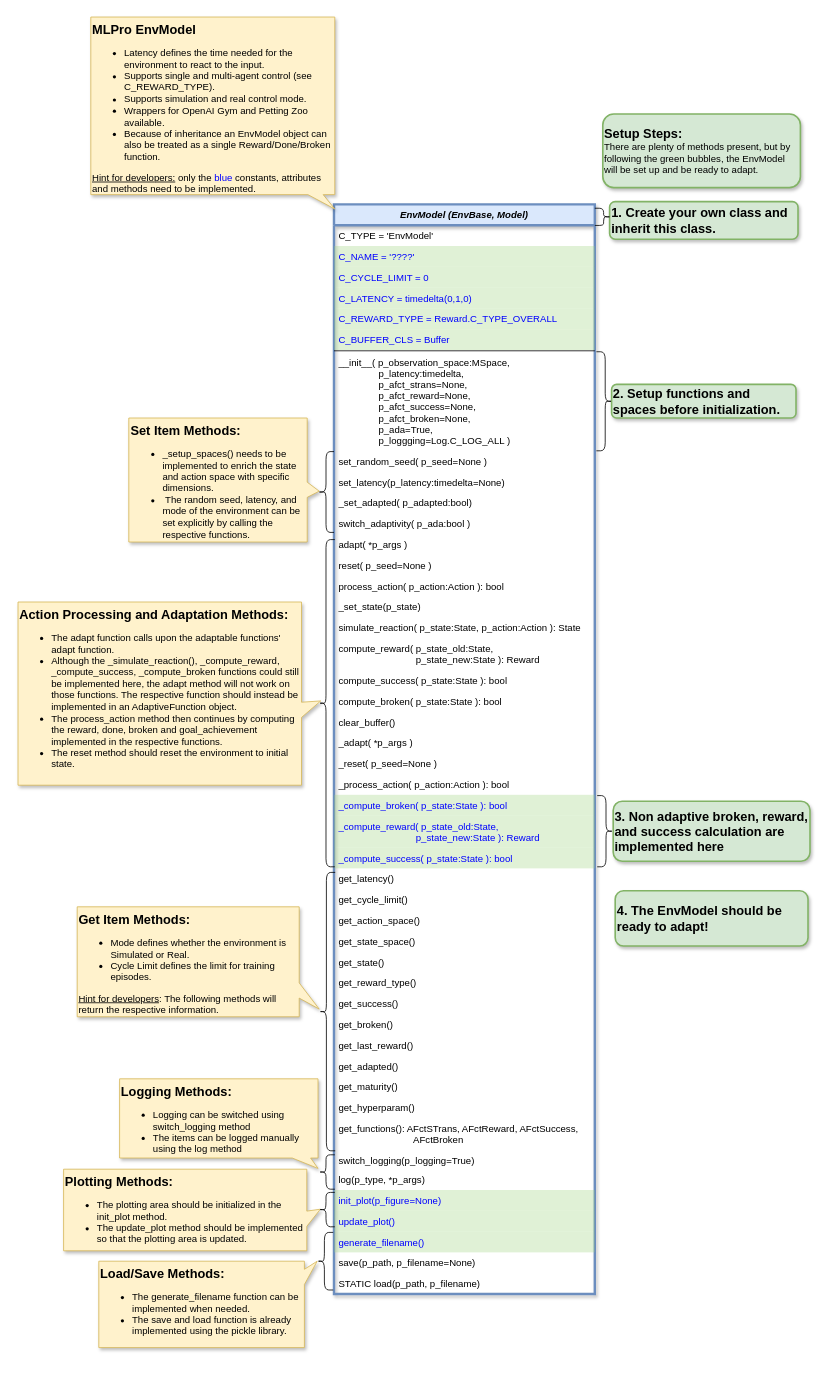
The draw.io diagram doc/rtd/content/rl/env/images/MLPro-RL-Env_class_EnvModel_commented.drawio in fhswf/MLPro, before the edit. Source tidied: cells renumbered, new cells numbered last; positions are measured from the earlier drawing's top-left corner, leaving out a move shared by most shapes. Both pictures are drawn from the tidied source at 80%, with x=0, y=0 at pixel (18, 17).
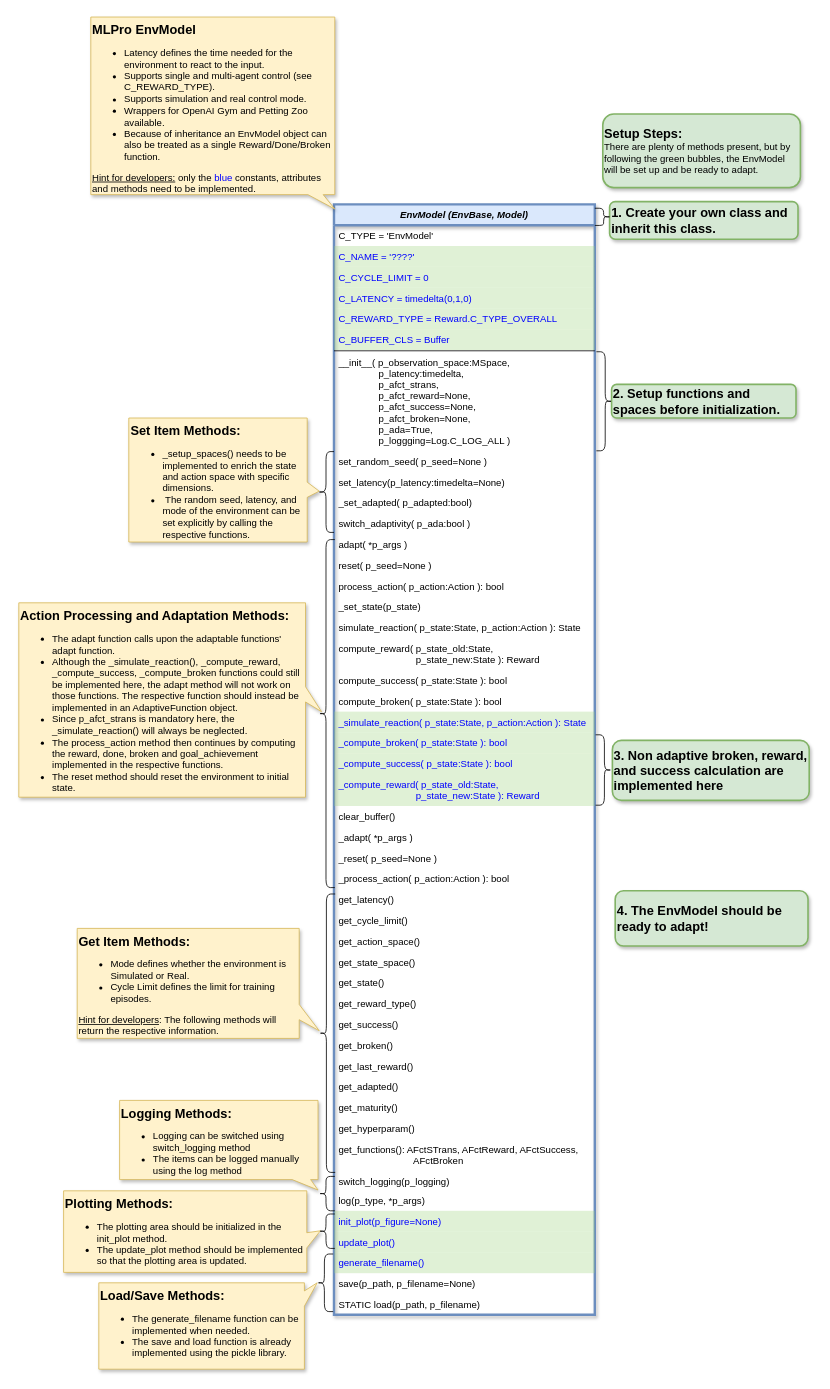
The same diagram, later.

Change to the diagram source:
```diff
@@
     <mxCell id="2" value="EnvModel (EnvBase, Model)" style="swimlane;fontStyle=3;align=center;verticalAlign=top;horizontal=1;startSize=26;rounded=0;shadow=1;strokeWidth=3;fillColor=#dae8fc;strokeColor=#6c8ebf;" parent="1" vertex="1">
-      <mxGeometry x="395" y="234" width="326" height="1362" as="geometry" />
+      <mxGeometry x="395" y="234" width="326" height="1388" as="geometry" />
     </mxCell>
@@
-    <mxCell id="10" value="__init__( p_observation_space:MSpace, &#10;               p_latency:timedelta,&#10;               p_afct_strans=None,&#10;               p_afct_reward=None,&#10;               p_afct_success=None,&#10;               p_afct_broken=None,&#10;               p_ada=True,&#10;               p_loggging=Log.C_LOG_ALL )" style="text;align=left;verticalAlign=top;spacingLeft=4;spacingRight=4;overflow=hidden;shadow=1;" parent="2" vertex="1">
+    <mxCell id="10" value="__init__( p_observation_space:MSpace, &#10;               p_latency:timedelta,&#10;               p_afct_strans,&#10;               p_afct_reward=None,&#10;               p_afct_success=None,&#10;               p_afct_broken=None,&#10;               p_ada=True,&#10;               p_loggging=Log.C_LOG_ALL )" style="text;align=left;verticalAlign=top;spacingLeft=4;spacingRight=4;overflow=hidden;shadow=1;" parent="2" vertex="1">
       <mxGeometry y="184" width="326" height="124" as="geometry" />
     </mxCell>
@@
+    <mxCell id="71" value="_simulate_reaction( p_state:State, p_action:Action ): State" style="text;align=left;verticalAlign=top;spacingLeft=4;spacingRight=4;overflow=hidden;fontColor=#0000FF;shadow=0;fillColor=#97D077;opacity=30;" parent="2" vertex="1">
+      <mxGeometry y="634" width="326" height="26" as="geometry" />
+    </mxCell>
+    <mxCell id="27" value="_compute_broken( p_state:State ): bool" style="text;align=left;verticalAlign=top;spacingLeft=4;spacingRight=4;overflow=hidden;fontColor=#0000FF;shadow=0;fillColor=#97D077;opacity=30;" parent="2" vertex="1">
+      <mxGeometry y="660" width="326" height="26" as="geometry" />
+    </mxCell>
+    <mxCell id="29" value="_compute_success( p_state:State ): bool" style="text;align=left;verticalAlign=top;spacingLeft=4;spacingRight=4;overflow=hidden;fontColor=#0000FF;shadow=0;fillColor=#97D077;opacity=30;" parent="2" vertex="1">
+      <mxGeometry y="686" width="326" height="26" as="geometry" />
+    </mxCell>
+    <mxCell id="28" value="_compute_reward( p_state_old:State,&#10;                             p_state_new:State ): Reward" style="text;align=left;verticalAlign=top;spacingLeft=4;spacingRight=4;overflow=hidden;shadow=0;fillColor=#97D077;opacity=30;strokeColor=none;fontColor=#0000FF;" parent="2" vertex="1">
+      <mxGeometry y="712" width="326" height="40" as="geometry" />
+    </mxCell>
     <mxCell id="23" value="clear_buffer()" style="text;align=left;verticalAlign=top;spacingLeft=4;spacingRight=4;overflow=hidden;shadow=1;" parent="2" vertex="1">
-      <mxGeometry y="634" width="326" height="26" as="geometry" />
+      <mxGeometry y="752" width="326" height="26" as="geometry" />
     </mxCell>
     <mxCell id="24" value="_adapt( *p_args )" style="text;align=left;verticalAlign=top;spacingLeft=4;spacingRight=4;overflow=hidden;shadow=1;" parent="2" vertex="1">
-      <mxGeometry y="660" width="326" height="26" as="geometry" />
+      <mxGeometry y="778" width="326" height="26" as="geometry" />
     </mxCell>
     <mxCell id="25" value="_reset( p_seed=None )" style="text;align=left;verticalAlign=top;spacingLeft=4;spacingRight=4;overflow=hidden;shadow=0;fillColor=none;opacity=30;strokeColor=none;" parent="2" vertex="1">
-      <mxGeometry y="686" width="326" height="26" as="geometry" />
+      <mxGeometry y="804" width="326" height="26" as="geometry" />
     </mxCell>
     <mxCell id="26" value="_process_action( p_action:Action ): bool" style="text;align=left;verticalAlign=top;spacingLeft=4;spacingRight=4;overflow=hidden;shadow=0;fontColor=#000000;fillColor=none;opacity=30;" parent="2" vertex="1">
-      <mxGeometry y="712" width="326" height="26" as="geometry" />
+      <mxGeometry y="830" width="326" height="26" as="geometry" />
     </mxCell>
-    <mxCell id="27" value="_compute_broken( p_state:State ): bool" style="text;align=left;verticalAlign=top;spacingLeft=4;spacingRight=4;overflow=hidden;fontColor=#0000FF;shadow=0;fillColor=#97D077;opacity=30;" parent="2" vertex="1">
-      <mxGeometry y="738" width="326" height="26" as="geometry" />
-    </mxCell>
-    <mxCell id="28" value="_compute_reward( p_state_old:State,&#10;                             p_state_new:State ): Reward" style="text;align=left;verticalAlign=top;spacingLeft=4;spacingRight=4;overflow=hidden;shadow=0;fillColor=#97D077;opacity=30;strokeColor=none;fontColor=#0000FF;" parent="2" vertex="1">
-      <mxGeometry y="764" width="326" height="40" as="geometry" />
-    </mxCell>
-    <mxCell id="29" value="_compute_success( p_state:State ): bool" style="text;align=left;verticalAlign=top;spacingLeft=4;spacingRight=4;overflow=hidden;fontColor=#0000FF;shadow=0;fillColor=#97D077;opacity=30;" parent="2" vertex="1">
-      <mxGeometry y="804" width="326" height="26" as="geometry" />
-    </mxCell>
     <mxCell id="30" value="get_latency()" style="text;align=left;verticalAlign=top;spacingLeft=4;spacingRight=4;overflow=hidden;shadow=1;" parent="2" vertex="1">
-      <mxGeometry y="830" width="326" height="26" as="geometry" />
+      <mxGeometry y="856" width="326" height="26" as="geometry" />
     </mxCell>
     <mxCell id="31" value="get_cycle_limit()" style="text;align=left;verticalAlign=top;spacingLeft=4;spacingRight=4;overflow=hidden;shadow=1;" parent="2" vertex="1">
-      <mxGeometry y="856" width="326" height="26" as="geometry" />
+      <mxGeometry y="882" width="326" height="26" as="geometry" />
     </mxCell>
     <mxCell id="32" value="get_action_space()" style="text;align=left;verticalAlign=top;spacingLeft=4;spacingRight=4;overflow=hidden;shadow=1;" parent="2" vertex="1">
-      <mxGeometry y="882" width="326" height="26" as="geometry" />
+      <mxGeometry y="908" width="326" height="26" as="geometry" />
     </mxCell>
     <mxCell id="33" value="get_state_space()" style="text;align=left;verticalAlign=top;spacingLeft=4;spacingRight=4;overflow=hidden;shadow=1;" parent="2" vertex="1">
-      <mxGeometry y="908" width="326" height="26" as="geometry" />
+      <mxGeometry y="934" width="326" height="26" as="geometry" />
     </mxCell>
     <mxCell id="34" value="get_state()" style="text;align=left;verticalAlign=top;spacingLeft=4;spacingRight=4;overflow=hidden;shadow=1;" parent="2" vertex="1">
-      <mxGeometry y="934" width="326" height="26" as="geometry" />
+      <mxGeometry y="960" width="326" height="26" as="geometry" />
     </mxCell>
     <mxCell id="35" value="get_reward_type()" style="text;align=left;verticalAlign=top;spacingLeft=4;spacingRight=4;overflow=hidden;shadow=1;" parent="2" vertex="1">
-      <mxGeometry y="960" width="326" height="26" as="geometry" />
+      <mxGeometry y="986" width="326" height="26" as="geometry" />
     </mxCell>
     <mxCell id="36" value="get_success()" style="text;align=left;verticalAlign=top;spacingLeft=4;spacingRight=4;overflow=hidden;shadow=1;" parent="2" vertex="1">
-      <mxGeometry y="986" width="326" height="26" as="geometry" />
+      <mxGeometry y="1012" width="326" height="26" as="geometry" />
     </mxCell>
     <mxCell id="37" value="get_broken()" style="text;align=left;verticalAlign=top;spacingLeft=4;spacingRight=4;overflow=hidden;shadow=1;" parent="2" vertex="1">
-      <mxGeometry y="1012" width="326" height="26" as="geometry" />
+      <mxGeometry y="1038" width="326" height="26" as="geometry" />
     </mxCell>
     <mxCell id="38" value="get_last_reward()" style="text;align=left;verticalAlign=top;spacingLeft=4;spacingRight=4;overflow=hidden;shadow=1;" parent="2" vertex="1">
-      <mxGeometry y="1038" width="326" height="26" as="geometry" />
+      <mxGeometry y="1064" width="326" height="26" as="geometry" />
     </mxCell>
     <mxCell id="39" value="get_adapted()" style="text;align=left;verticalAlign=top;spacingLeft=4;spacingRight=4;overflow=hidden;shadow=1;" parent="2" vertex="1">
-      <mxGeometry y="1064" width="326" height="26" as="geometry" />
+      <mxGeometry y="1090" width="326" height="26" as="geometry" />
     </mxCell>
     <mxCell id="40" value="get_maturity()" style="text;align=left;verticalAlign=top;spacingLeft=4;spacingRight=4;overflow=hidden;shadow=1;" parent="2" vertex="1">
-      <mxGeometry y="1090" width="326" height="26" as="geometry" />
+      <mxGeometry y="1116" width="326" height="26" as="geometry" />
     </mxCell>
     <mxCell id="41" value="get_hyperparam()" style="text;align=left;verticalAlign=top;spacingLeft=4;spacingRight=4;overflow=hidden;shadow=1;" parent="2" vertex="1">
-      <mxGeometry y="1116" width="326" height="26" as="geometry" />
+      <mxGeometry y="1142" width="326" height="26" as="geometry" />
     </mxCell>
     <mxCell id="42" value="get_functions(): AFctSTrans, AFctReward, AFctSuccess, &#10;                            AFctBroken" style="text;align=left;verticalAlign=top;spacingLeft=4;spacingRight=4;overflow=hidden;shadow=1;" parent="2" vertex="1">
-      <mxGeometry y="1142" width="326" height="40" as="geometry" />
+      <mxGeometry y="1168" width="326" height="40" as="geometry" />
     </mxCell>
-    <mxCell id="43" value="switch_logging(p_logging=True)" style="text;align=left;verticalAlign=top;spacingLeft=4;spacingRight=4;overflow=hidden;shadow=1;" parent="2" vertex="1">
-      <mxGeometry y="1182" width="326" height="24" as="geometry" />
+    <mxCell id="43" value="switch_logging(p_logging)" style="text;align=left;verticalAlign=top;spacingLeft=4;spacingRight=4;overflow=hidden;shadow=1;" parent="2" vertex="1">
+      <mxGeometry y="1208" width="326" height="24" as="geometry" />
     </mxCell>
     <mxCell id="44" value="log(p_type, *p_args)" style="text;align=left;verticalAlign=top;spacingLeft=4;spacingRight=4;overflow=hidden;shadow=1;" parent="2" vertex="1">
-      <mxGeometry y="1206" width="326" height="26" as="geometry" />
+      <mxGeometry y="1232" width="326" height="26" as="geometry" />
     </mxCell>
     <mxCell id="45" value="init_plot(p_figure=None)" style="text;align=left;verticalAlign=top;spacingLeft=4;spacingRight=4;overflow=hidden;fontColor=#0000FF;shadow=0;fillColor=#97D077;opacity=30;" parent="2" vertex="1">
-      <mxGeometry y="1232" width="326" height="26" as="geometry" />
+      <mxGeometry y="1258" width="326" height="26" as="geometry" />
     </mxCell>
     <mxCell id="46" value="update_plot()" style="text;align=left;verticalAlign=top;spacingLeft=4;spacingRight=4;overflow=hidden;fontColor=#0000FF;shadow=0;fillColor=#97D077;opacity=30;" parent="2" vertex="1">
-      <mxGeometry y="1258" width="326" height="26" as="geometry" />
+      <mxGeometry y="1284" width="326" height="26" as="geometry" />
     </mxCell>
     <mxCell id="47" value="generate_filename()" style="text;align=left;verticalAlign=top;spacingLeft=4;spacingRight=4;overflow=hidden;shadow=0;fillColor=#97D077;opacity=30;fontColor=#0000FF;" parent="2" vertex="1">
-      <mxGeometry y="1284" width="326" height="26" as="geometry" />
+      <mxGeometry y="1310" width="326" height="26" as="geometry" />
     </mxCell>
     <mxCell id="48" value="save(p_path, p_filename=None)" style="text;align=left;verticalAlign=top;spacingLeft=4;spacingRight=4;overflow=hidden;shadow=1;" parent="2" vertex="1">
-      <mxGeometry y="1310" width="326" height="26" as="geometry" />
+      <mxGeometry y="1336" width="326" height="26" as="geometry" />
     </mxCell>
     <mxCell id="49" value="STATIC load(p_path, p_filename)" style="text;align=left;verticalAlign=top;spacingLeft=4;spacingRight=4;overflow=hidden;shadow=1;" parent="2" vertex="1">
-      <mxGeometry y="1336" width="326" height="26" as="geometry" />
+      <mxGeometry y="1362" width="326" height="26" as="geometry" />
     </mxCell>
@@
     <mxCell id="56" value="&lt;b&gt;&lt;font style=&quot;font-size: 16px&quot;&gt;Get Item Methods:&lt;/font&gt;&lt;/b&gt;&lt;br&gt;&lt;ul&gt;&lt;li&gt;Mode defines whether the environment is Simulated or Real.&lt;/li&gt;&lt;li&gt;&lt;span&gt;Cycle Limit defines the limit for training episodes.&lt;/span&gt;&lt;br&gt;&lt;/li&gt;&lt;/ul&gt;&lt;u&gt;Hint for developers&lt;/u&gt;: The following methods will return the respective information." style="shape=callout;whiteSpace=wrap;html=1;perimeter=calloutPerimeter;shadow=1;fillColor=#fff2cc;strokeColor=#d6b656;align=left;verticalAlign=top;base=19;size=25;position=0.17;position2=0.07;direction=north;" parent="1" vertex="1">
-      <mxGeometry x="74" y="1112" width="302.5" height="137.5" as="geometry" />
+      <mxGeometry x="74" y="1139" width="302.5" height="137.5" as="geometry" />
     </mxCell>
     <mxCell id="57" value="&lt;b&gt;&lt;font style=&quot;font-size: 16px&quot;&gt;Logging Methods:&lt;/font&gt;&lt;/b&gt;&lt;br&gt;&lt;ul&gt;&lt;li&gt;Logging can be switched using switch_logging method&lt;/li&gt;&lt;li&gt;The items can be logged manually using the log method&lt;/li&gt;&lt;/ul&gt;" style="shape=callout;whiteSpace=wrap;html=1;perimeter=calloutPerimeter;shadow=1;fillColor=#fff2cc;strokeColor=#d6b656;align=left;verticalAlign=top;base=23;size=13;position=0.87;position2=1;direction=east;" parent="1" vertex="1">
-      <mxGeometry x="127" y="1327" width="248" height="112" as="geometry" />
+      <mxGeometry x="127" y="1354" width="248" height="112" as="geometry" />
     </mxCell>
     <mxCell id="58" value="&lt;b&gt;&lt;font style=&quot;font-size: 16px&quot;&gt;Plotting Methods:&lt;/font&gt;&lt;/b&gt;&lt;br&gt;&lt;ul&gt;&lt;li&gt;The plotting area should be initialized in the init_plot method.&lt;/li&gt;&lt;li&gt;The update_plot method should be implemented so that the plotting area is updated.&lt;/li&gt;&lt;/ul&gt;" style="shape=callout;whiteSpace=wrap;html=1;perimeter=calloutPerimeter;shadow=1;fillColor=#fff2cc;strokeColor=#d6b656;align=left;verticalAlign=top;base=19;size=17;position=0.3;position2=0.51;direction=north;" parent="1" vertex="1">
-      <mxGeometry x="57" y="1440" width="321" height="102" as="geometry" />
+      <mxGeometry x="57" y="1467" width="321" height="102" as="geometry" />
     </mxCell>
     <mxCell id="59" style="shape=curlyBracket;whiteSpace=wrap;html=1;rounded=1;flipH=1;size=0.44943820224719094;rotation=-180;" parent="1" vertex="1">
-      <mxGeometry x="376" y="653" width="20" height="409" as="geometry" />
+      <mxGeometry x="376" y="653" width="20" height="435" as="geometry" />
     </mxCell>
-    <mxCell id="60" value="&lt;b&gt;&lt;font style=&quot;font-size: 16px&quot;&gt;Action Processing and Adaptation Methods:&lt;/font&gt;&lt;/b&gt;&lt;br&gt;&lt;ul&gt;&lt;li&gt;&lt;span&gt;The adapt function calls upon the adaptable functions' adapt function.&lt;/span&gt;&lt;/li&gt;&lt;li&gt;Although the _simulate_reaction(), _compute_reward, _compute_success, _compute_broken functions could still be implemented here, the adapt method will not work on those functions. The respective function should instead be implemented in an AdaptiveFunction object.&lt;/li&gt;&lt;li&gt;&lt;span&gt;The process_action method then continues by computing the reward, done, broken and goal_achievement implemented in the respective functions.&lt;/span&gt;&lt;br&gt;&lt;/li&gt;&lt;li&gt;The reset method should reset the environment to initial state.&lt;/li&gt;&lt;/ul&gt;" style="shape=callout;whiteSpace=wrap;html=1;perimeter=calloutPerimeter;shadow=1;fillColor=#fff2cc;strokeColor=#d6b656;align=left;verticalAlign=top;base=19;size=24;position=0.37;position2=0.46;direction=north;" parent="1" vertex="1">
-      <mxGeometry y="731" width="378.4" height="229" as="geometry" />
+    <mxCell id="60" value="&lt;b&gt;&lt;font style=&quot;font-size: 16px&quot;&gt;Action Processing and Adaptation Methods:&lt;/font&gt;&lt;/b&gt;&lt;br&gt;&lt;ul&gt;&lt;li&gt;&lt;span&gt;The adapt function calls upon the adaptable functions' adapt function.&lt;/span&gt;&lt;/li&gt;&lt;li&gt;Although the _simulate_reaction(), _compute_reward, _compute_success, _compute_broken functions could still be implemented here, the adapt method will not work on those functions. The respective function should instead be implemented in an AdaptiveFunction object.&lt;/li&gt;&lt;li&gt;Since p_afct_strans is mandatory here, the _simulate_reaction() will always be neglected.&lt;/li&gt;&lt;li&gt;&lt;span&gt;The process_action method then continues by computing the reward, done, broken and goal_achievement implemented in the respective functions.&lt;/span&gt;&lt;br&gt;&lt;/li&gt;&lt;li&gt;The reset method should reset the environment to initial state.&lt;/li&gt;&lt;/ul&gt;" style="shape=callout;whiteSpace=wrap;html=1;perimeter=calloutPerimeter;shadow=1;fillColor=#fff2cc;strokeColor=#d6b656;align=left;verticalAlign=top;base=19;size=20;position=0.49;position2=0.44;direction=north;" parent="1" vertex="1">
+      <mxGeometry x="1" y="732" width="378.4" height="243" as="geometry" />
     </mxCell>
@@
     <mxCell id="62" style="shape=curlyBracket;whiteSpace=wrap;html=1;rounded=1;flipH=1;size=0.44943820224719094;rotation=-180;" parent="1" vertex="1">
-      <mxGeometry x="376.5" y="1069" width="20" height="348" as="geometry" />
+      <mxGeometry x="376.5" y="1096" width="20" height="348" as="geometry" />
     </mxCell>
     <mxCell id="63" style="shape=curlyBracket;whiteSpace=wrap;html=1;rounded=1;flipH=1;size=0.44943820224719094;rotation=-180;" parent="1" vertex="1">
-      <mxGeometry x="376" y="1422" width="20" height="43" as="geometry" />
+      <mxGeometry x="376" y="1449" width="20" height="43" as="geometry" />
     </mxCell>
     <mxCell id="64" style="shape=curlyBracket;whiteSpace=wrap;html=1;rounded=1;flipH=1;size=0.44943820224719094;rotation=-180;" parent="1" vertex="1">
-      <mxGeometry x="376" y="1469" width="20" height="43" as="geometry" />
+      <mxGeometry x="376" y="1496" width="20" height="43" as="geometry" />
     </mxCell>
@@
     <mxCell id="67" value="&lt;b&gt;&lt;font style=&quot;font-size: 16px&quot;&gt;Load/Save Methods:&lt;/font&gt;&lt;/b&gt;&lt;br&gt;&lt;ul&gt;&lt;li&gt;The generate_filename function can be implemented when needed.&lt;/li&gt;&lt;li&gt;The save and load function is already implemented using the pickle library.&lt;/li&gt;&lt;/ul&gt;" style="shape=callout;whiteSpace=wrap;html=1;perimeter=calloutPerimeter;shadow=1;fillColor=#fff2cc;strokeColor=#d6b656;align=left;verticalAlign=top;base=19;size=16;position=0.73;position2=1;direction=north;" parent="1" vertex="1">
-      <mxGeometry x="101" y="1555" width="273" height="108" as="geometry" />
+      <mxGeometry x="101" y="1582" width="273" height="108" as="geometry" />
     </mxCell>
     <mxCell id="68" style="shape=curlyBracket;whiteSpace=wrap;html=1;rounded=1;flipH=1;size=0.44943820224719094;rotation=-180;" parent="1" vertex="1">
-      <mxGeometry x="374" y="1519" width="20" height="72" as="geometry" />
+      <mxGeometry x="374" y="1546" width="20" height="72" as="geometry" />
     </mxCell>
     <mxCell id="69" value="&lt;b&gt;&lt;font style=&quot;font-size: 16px&quot;&gt;3. Non adaptive broken, reward, and success calculation are implemented here&lt;/font&gt;&lt;/b&gt;" style="rounded=1;whiteSpace=wrap;html=1;strokeColor=#82b366;strokeWidth=2;align=left;fillColor=#d5e8d4;shadow=1;" parent="1" vertex="1">
-      <mxGeometry x="744" y="980" width="246" height="75" as="geometry" />
+      <mxGeometry x="743" y="904" width="246" height="75" as="geometry" />
     </mxCell>
     <mxCell id="70" style="shape=curlyBracket;whiteSpace=wrap;html=1;rounded=1;flipH=1;size=0.44943820224719094;rotation=0;" parent="1" vertex="1">
-      <mxGeometry x="724" y="973" width="20" height="89" as="geometry" />
+      <mxGeometry x="722" y="897" width="20" height="88" as="geometry" />
     </mxCell>
```
